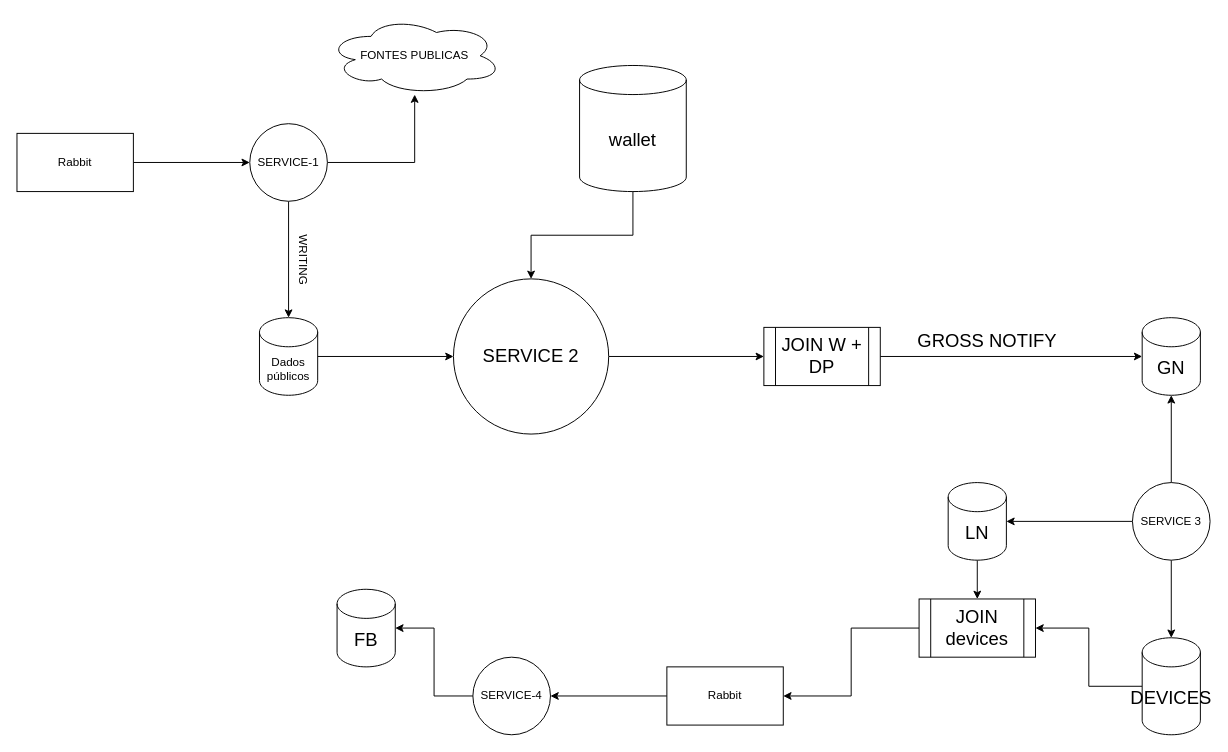
DiegoSantosWS/diagrams keeps this draw.io diagram as notfy-02.drawio. Above is the earlier version. Source tidied: cells renumbered, new cells numbered last; positions are measured from the earlier drawing's top-left corner, leaving out a move shared by most shapes. Both pictures are drawn from the tidied source at 97%, with x=0, y=0 at pixel (16, 16).
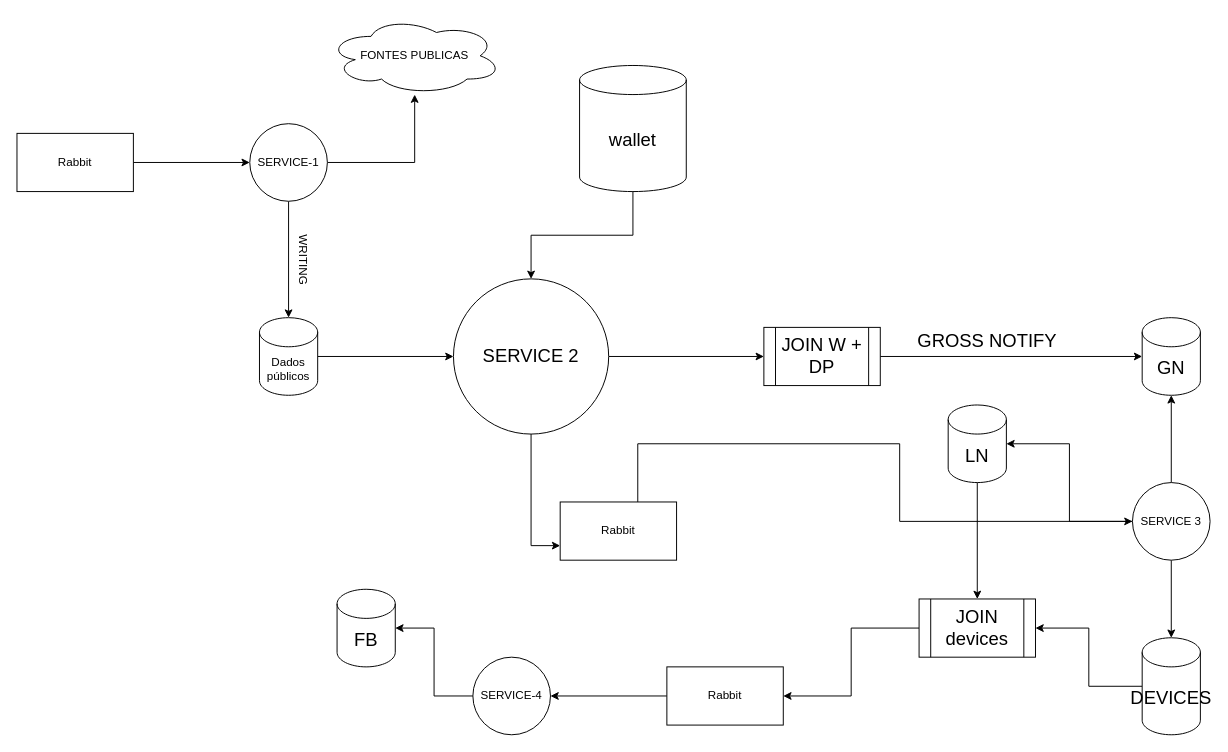
The same diagram, later.

The change refers to these unchanged cells:
```xml
<mxCell id="7" value="SERVICE 3&lt;br&gt;" style="ellipse;whiteSpace=wrap;html=1;" parent="1" vertex="1">
  <mxGeometry x="1150" y="480" width="80" height="80" as="geometry" />
</mxCell>
<mxCell id="18" value="SERVICE 2" style="ellipse;whiteSpace=wrap;html=1;fontSize=19;" parent="1" vertex="1">
  <mxGeometry x="450" y="270" width="160" height="160" as="geometry" />
</mxCell>
```

What changed in the source:
```diff
@@
+    <mxCell id="34" style="edgeStyle=orthogonalEdgeStyle;rounded=0;jettySize=auto;html=1;entryX=0;entryY=0.75;entryDx=0;entryDy=0;" parent="1" edge="1" source="18" target="36">
+      <mxGeometry relative="1" as="geometry" />
+    </mxCell>
@@
     <mxCell id="24" value="LN" style="shape=cylinder3;whiteSpace=wrap;html=1;boundedLbl=1;backgroundOutline=1;size=15;fontSize=19;" parent="1" vertex="1">
-      <mxGeometry x="960" y="480" width="60" height="80" as="geometry" />
+      <mxGeometry x="960" y="400" width="60" height="80" as="geometry" />
     </mxCell>
@@
+    <mxCell id="35" style="edgeStyle=orthogonalEdgeStyle;rounded=0;jettySize=auto;html=1;" parent="1" edge="1" source="36" target="7">
+      <mxGeometry relative="1" as="geometry">
+        <Array as="points">
+          <mxPoint x="640" y="440" />
+          <mxPoint x="910" y="440" />
+          <mxPoint x="910" y="520" />
+        </Array>
+      </mxGeometry>
+    </mxCell>
+    <mxCell id="36" value="Rabbit" style="rounded=0;whiteSpace=wrap;html=1;" parent="1" vertex="1">
+      <mxGeometry x="560" y="500" width="120" height="60" as="geometry" />
+    </mxCell>
```
